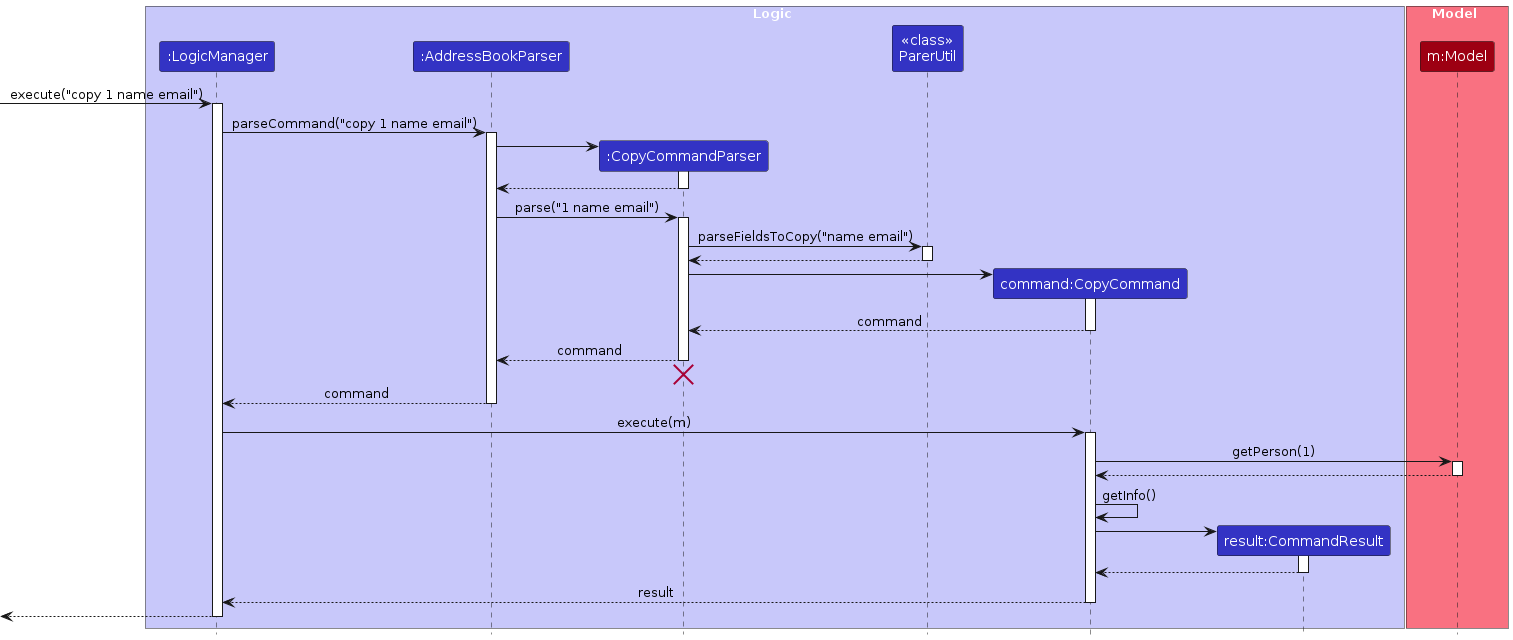
AY2324S2-CS2103T-T12-2/tp keeps this PlantUML diagram as diagrams/CopySequenceDiagram.png. Above is the earlier version. Its source is kept beside it as diagrams/CopySequenceDiagram.puml. Source of this version:
```plantuml
@startuml
!include style.puml
skinparam ArrowFontStyle plain

box Logic LOGIC_COLOR_T1
participant ":LogicManager" as LogicManager LOGIC_COLOR
participant ":AddressBookParser" as AddressBookParser LOGIC_COLOR
participant ":CopyCommandParser" as CopyCommandParser LOGIC_COLOR
participant "<<class>>\nParerUtil" as ParserUtil LOGIC_COLOR
participant "command:CopyCommand" as CopyCommand LOGIC_COLOR
participant "result:CommandResult" as CommandResult LOGIC_COLOR
end box

box Model MODEL_COLOR_T1
participant "m:Model" as Model MODEL_COLOR
end box

[-> LogicManager : execute("copy 1 name email")
activate LogicManager

LogicManager -> AddressBookParser : parseCommand("copy 1 name email")
activate AddressBookParser

create CopyCommandParser
AddressBookParser -> CopyCommandParser
activate CopyCommandParser

CopyCommandParser --> AddressBookParser
deactivate CopyCommandParser

AddressBookParser -> CopyCommandParser : parse("1 name email")
activate CopyCommandParser

CopyCommandParser -> ParserUtil : parseFieldsToCopy("name email")
activate ParserUtil

ParserUtil --> CopyCommandParser
deactivate ParserUtil


create CopyCommand
CopyCommandParser -> CopyCommand
activate CopyCommand

CopyCommand --> CopyCommandParser : command
deactivate CopyCommand

CopyCommandParser --> AddressBookParser : command
deactivate CopyCommandParser
CopyCommandParser -[hidden]-> AddressBookParser
destroy CopyCommandParser

AddressBookParser --> LogicManager : command
deactivate AddressBookParser

LogicManager -> CopyCommand : execute(m)
activate CopyCommand

CopyCommand -> Model : getPerson(1)
activate Model

Model --> CopyCommand
deactivate Model

CopyCommand -> CopyCommand : getInfo()

create CommandResult
CopyCommand -> CommandResult
activate CommandResult

CommandResult --> CopyCommand
deactivate CommandResult

CopyCommand --> LogicManager : result
deactivate CopyCommand

[<--LogicManager
deactivate LogicManager
@enduml
```
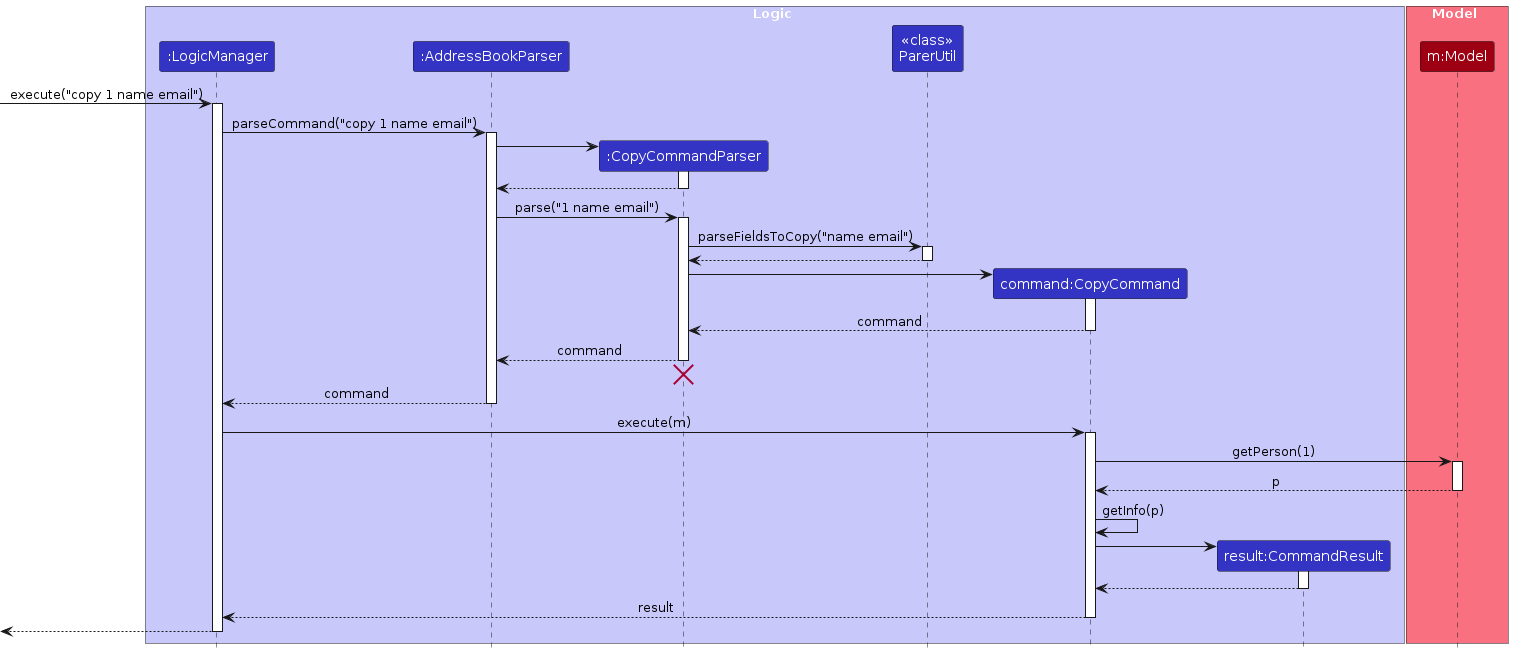
The same diagram one commit later.

Change to the diagram source:
```diff
@@ -59,10 +59,10 @@
 CopyCommand -> Model : getPerson(1)
 activate Model
 
-Model --> CopyCommand
+Model --> CopyCommand : p
 deactivate Model
 
-CopyCommand -> CopyCommand : getInfo()
+CopyCommand -> CopyCommand : getInfo(p)
 
 create CommandResult
 CopyCommand -> CommandResult
```
